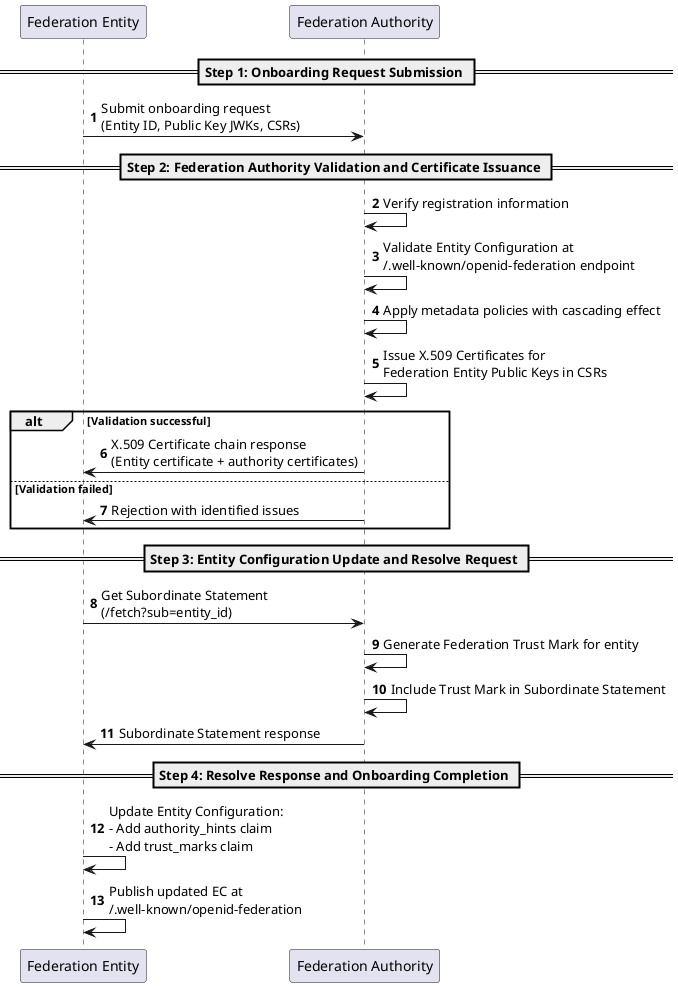
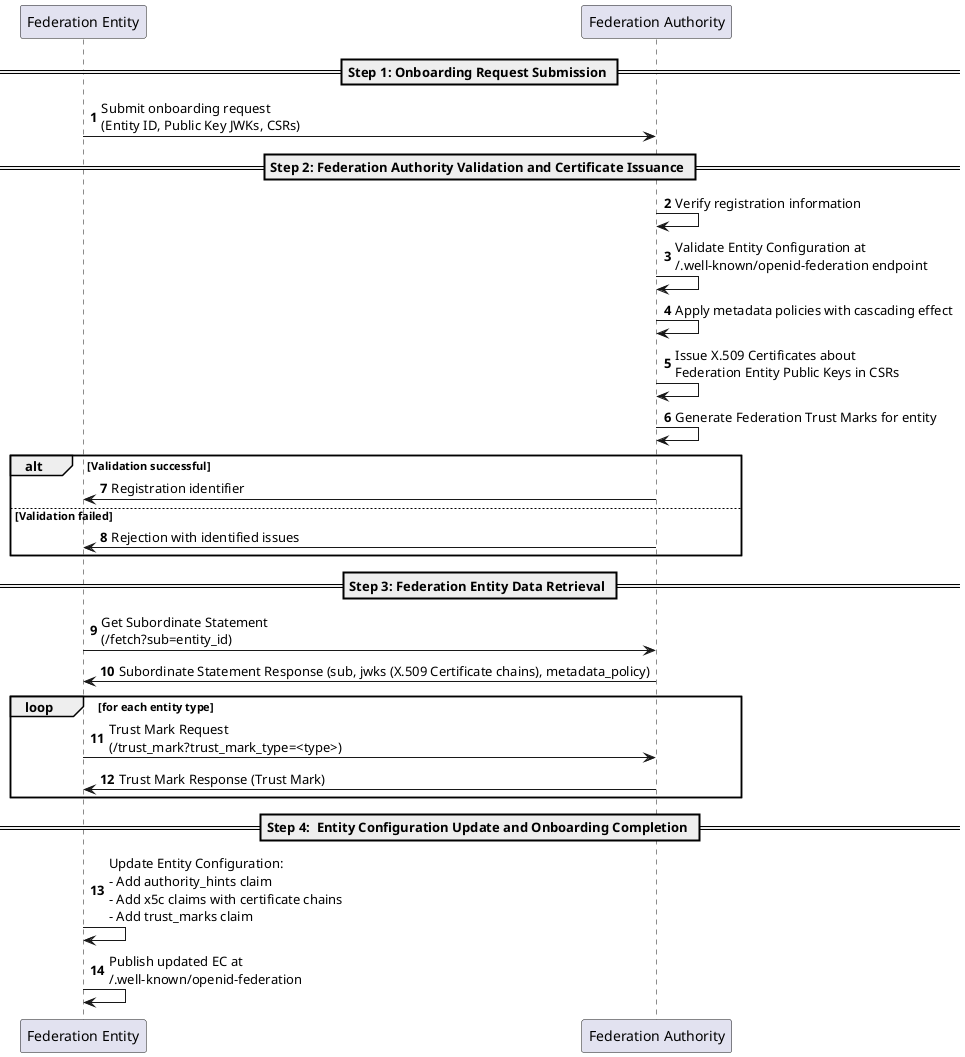
- @startuml Federation Entity Onboarding Process
+ @startuml
autonumber

participant "Federation Entity" as fe
participant "Federation Authority" as ta

== Step 1: Onboarding Request Submission ==

fe -> ta: Submit onboarding request\n(Entity ID, Public Key JWKs, CSRs)

== Step 2: Federation Authority Validation and Certificate Issuance ==

ta -> ta: Verify registration information
ta -> ta: Validate Entity Configuration at\n/.well-known/openid-federation endpoint
ta -> ta: Apply metadata policies with cascading effect
- ta -> ta: Issue X.509 Certificates for\nFederation Entity Public Keys in CSRs
+ ta -> ta: Issue X.509 Certificates about\nFederation Entity Public Keys in CSRs
+ ta -> ta: Generate Federation Trust Marks for entity

alt Validation successful
-     ta -> fe: X.509 Certificate chain response\n(Entity certificate + authority certificates)
+     ta -> fe: Registration identifier
else Validation failed
    ta -> fe: Rejection with identified issues
end

- == Step 3: Entity Configuration Update and Resolve Request ==
+ == Step 3: Federation Entity Data Retrieval ==

fe -> ta: Get Subordinate Statement\n(/fetch?sub=entity_id)
- ta -> ta: Generate Federation Trust Mark for entity
- ta -> ta: Include Trust Mark in Subordinate Statement
- ta -> fe: Subordinate Statement response
+ ta -> fe: Subordinate Statement Response (sub, jwks (X.509 Certificate chains), metadata_policy)
+ loop for each entity type
+ fe -> ta: Trust Mark Request\n(/trust_mark?trust_mark_type=<type>)
+ ta -> fe: Trust Mark Response (Trust Mark)
+ end

- == Step 4: Resolve Response and Onboarding Completion ==
- 
- fe -> fe: Update Entity Configuration:\n- Add authority_hints claim\n- Add trust_marks claim
+ == Step 4:  Entity Configuration Update and Onboarding Completion ==
+ fe -> fe: Update Entity Configuration:\n- Add authority_hints claim\n- Add x5c claims with certificate chains\n- Add trust_marks claim
fe -> fe: Publish updated EC at\n/.well-known/openid-federation
- 
@enduml